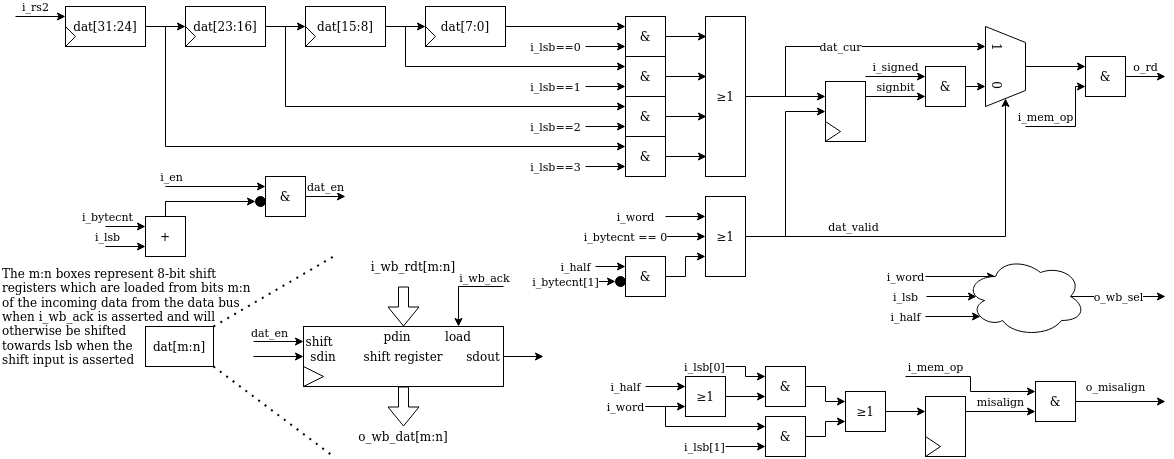
The draw.io diagram doc/serv_mem_if_int.png in olofk/serv, before a commit. Source tidied: cells renumbered, new cells last; positions are measured from the earlier drawing's top-left corner, leaving out a move shared by most shapes.
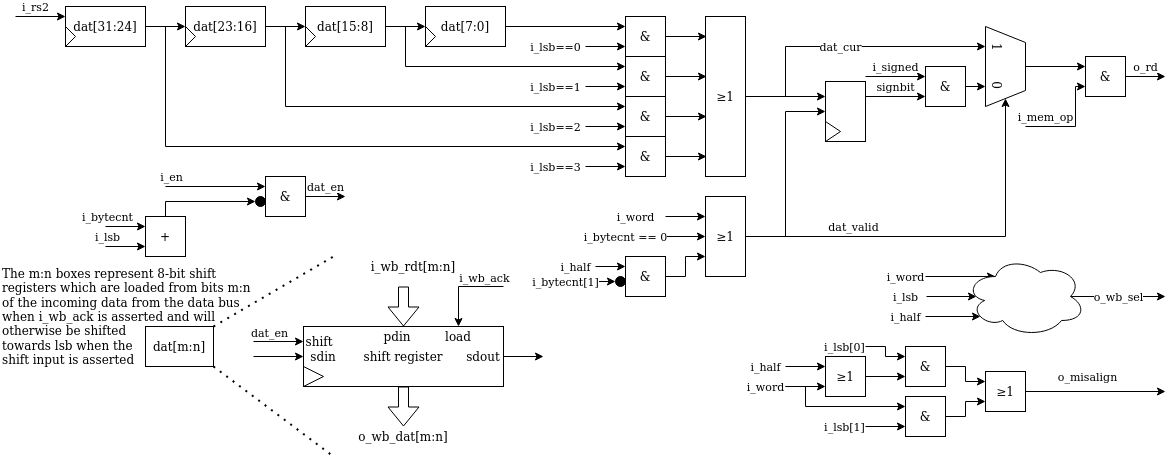
Above is the later version.

Diff of the diagram source:
```diff
@@ -402,30 +402,18 @@
     <mxCell id="94" style="triangle;whiteSpace=wrap;html=1;flipH=0;" parent="92" vertex="1">
       <mxGeometry y="40" width="15" height="20" as="geometry" />
     </mxCell>
-    <mxCell id="95" style="group;" parent="1" vertex="1">
-      <mxGeometry x="925" y="390" width="40" height="60" as="geometry" />
-    </mxCell>
-    <mxCell id="96" style="rounded=0;whiteSpace=wrap;html=1;" parent="95" vertex="1">
-      <mxGeometry width="40" height="60" as="geometry" />
-    </mxCell>
-    <mxCell id="97" style="triangle;whiteSpace=wrap;html=1;flipH=0;" parent="95" vertex="1">
-      <mxGeometry y="40" width="15" height="20" as="geometry" />
-    </mxCell>
     <mxCell id="98" style="edgeStyle=orthogonalEdgeStyle;rounded=0;jettySize=auto;html=1;exitX=1;exitY=0.5;exitDx=0;exitDy=0;entryX=0;entryY=0.25;entryDx=0;entryDy=0;strokeWidth=1;" parent="1" edge="1" source="99" target="101">
       <mxGeometry relative="1" as="geometry" />
     </mxCell>
     <mxCell id="99" value="&amp;amp;" style="whiteSpace=wrap;html=1;" parent="1" vertex="1">
-      <mxGeometry x="765" y="360" width="40" height="40" as="geometry" />
+      <mxGeometry x="905" y="340" width="40" height="40" as="geometry" />
     </mxCell>
-    <mxCell id="100" style="edgeStyle=orthogonalEdgeStyle;rounded=0;jettySize=auto;html=1;exitX=1;exitY=0.5;exitDx=0;exitDy=0;entryX=0;entryY=0.25;entryDx=0;entryDy=0;strokeWidth=1;" parent="1" edge="1" source="101" target="96">
-      <mxGeometry relative="1" as="geometry" />
-    </mxCell>
     <mxCell id="101" value="≥1" style="rounded=0;whiteSpace=wrap;html=1;" parent="1" vertex="1">
-      <mxGeometry x="845" y="385" width="40" height="40" as="geometry" />
+      <mxGeometry x="985" y="365" width="40" height="40" as="geometry" />
     </mxCell>
     <mxCell id="102" value="i_lsb[0]" style="edgeStyle=orthogonalEdgeStyle;rounded=0;jettySize=auto;html=1;entryX=0;entryY=0.25;entryDx=0;entryDy=0;" parent="1" edge="1" target="99">
       <mxGeometry x="-1" y="-21" relative="1" as="geometry">
-        <mxPoint x="725" y="360" as="sourcePoint" />
+        <mxPoint x="865" y="340" as="sourcePoint" />
         <mxPoint x="-21" y="-21" as="offset" />
       </mxGeometry>
     </mxCell>
@@ -433,17 +421,17 @@
       <mxGeometry relative="1" as="geometry" />
     </mxCell>
     <mxCell id="104" value="≥1" style="rounded=0;whiteSpace=wrap;html=1;" parent="1" vertex="1">
-      <mxGeometry x="685" y="370" width="40" height="40" as="geometry" />
+      <mxGeometry x="825" y="350" width="40" height="40" as="geometry" />
     </mxCell>
     <mxCell id="105" value="i_word" style="edgeStyle=orthogonalEdgeStyle;rounded=0;jettySize=auto;html=1;entryX=0;entryY=0.75;entryDx=0;entryDy=0;" parent="1" edge="1" target="104">
       <mxGeometry x="-1" y="-20" relative="1" as="geometry">
-        <mxPoint x="645" y="400" as="sourcePoint" />
+        <mxPoint x="785" y="380" as="sourcePoint" />
         <mxPoint x="-20" y="-20" as="offset" />
       </mxGeometry>
     </mxCell>
     <mxCell id="106" value="i_half" style="edgeStyle=orthogonalEdgeStyle;rounded=0;jettySize=auto;html=1;entryX=0;entryY=0.25;entryDx=0;entryDy=0;" parent="1" edge="1" target="104">
       <mxGeometry x="-1" y="-20" relative="1" as="geometry">
-        <mxPoint x="645" y="380" as="sourcePoint" />
+        <mxPoint x="785" y="360" as="sourcePoint" />
         <mxPoint x="-20" y="-20" as="offset" />
       </mxGeometry>
     </mxCell>
@@ -451,39 +439,28 @@
       <mxGeometry relative="1" as="geometry" />
     </mxCell>
     <mxCell id="108" value="&amp;amp;" style="whiteSpace=wrap;html=1;" parent="1" vertex="1">
-      <mxGeometry x="765" y="410" width="40" height="40" as="geometry" />
+      <mxGeometry x="905" y="390" width="40" height="40" as="geometry" />
     </mxCell>
     <mxCell id="109" value="i_lsb[1]" style="edgeStyle=orthogonalEdgeStyle;rounded=0;jettySize=auto;html=1;entryX=0;entryY=0.75;entryDx=0;entryDy=0;" parent="1" edge="1" target="108">
       <mxGeometry x="-1" y="-21" relative="1" as="geometry">
-        <mxPoint x="725" y="440" as="sourcePoint" />
+        <mxPoint x="865" y="420" as="sourcePoint" />
         <mxPoint x="-21" y="-21" as="offset" />
       </mxGeometry>
     </mxCell>
     <mxCell id="110" style="edgeStyle=orthogonalEdgeStyle;rounded=0;jettySize=auto;html=1;entryX=0;entryY=0.25;entryDx=0;entryDy=0;" parent="1" edge="1" target="108">
       <mxGeometry x="-1" y="-20" relative="1" as="geometry">
-        <mxPoint x="645" y="400" as="sourcePoint" />
+        <mxPoint x="785" y="380" as="sourcePoint" />
         <Array as="points">
-          <mxPoint x="665" y="400" />
-          <mxPoint x="665" y="420" />
+          <mxPoint x="805" y="380" />
+          <mxPoint x="805" y="400" />
         </Array>
         <mxPoint x="-20" y="-20" as="offset" />
       </mxGeometry>
     </mxCell>
-    <mxCell id="111" value="o_misalign" style="edgeStyle=orthogonalEdgeStyle;rounded=0;jettySize=auto;html=1;exitX=1;exitY=0.5;exitDx=0;exitDy=0;strokeWidth=1;" parent="1" edge="1" source="112">
+    <mxCell id="111" value="o_misalign" style="edgeStyle=orthogonalEdgeStyle;rounded=0;jettySize=auto;html=1;exitX=1;exitY=0.5;exitDx=0;exitDy=0;strokeWidth=1;" parent="1" edge="1" source="101">
       <mxGeometry x="-0.11" y="15" relative="1" as="geometry">
-        <mxPoint x="1165" y="395" as="targetPoint" />
+        <mxPoint x="1165" y="385" as="targetPoint" />
       </mxGeometry>
     </mxCell>
-    <mxCell id="112" value="&amp;amp;" style="whiteSpace=wrap;html=1;" parent="1" vertex="1">
-      <mxGeometry x="1035" y="375" width="40" height="40" as="geometry" />
-    </mxCell>
-    <mxCell id="113" value="misalign" style="edgeStyle=orthogonalEdgeStyle;rounded=0;jettySize=auto;html=1;exitX=1;exitY=0.25;exitDx=0;exitDy=0;entryX=0;entryY=0.75;entryDx=0;entryDy=0;strokeWidth=1;" parent="1" edge="1" source="96" target="112">
-      <mxGeometry x="0.01" y="10" relative="1" as="geometry" />
-    </mxCell>
-    <mxCell id="114" value="i_mem_op" style="edgeStyle=orthogonalEdgeStyle;rounded=0;jettySize=auto;html=1;entryX=0;entryY=0.25;entryDx=0;entryDy=0;strokeWidth=1;" parent="1" edge="1" target="112">
-      <mxGeometry x="-0.59" y="10" relative="1" as="geometry">
-        <mxPoint x="905" y="370" as="sourcePoint" />
-      </mxGeometry>
-    </mxCell>
   </root>
 </mxGraphModel>
```
